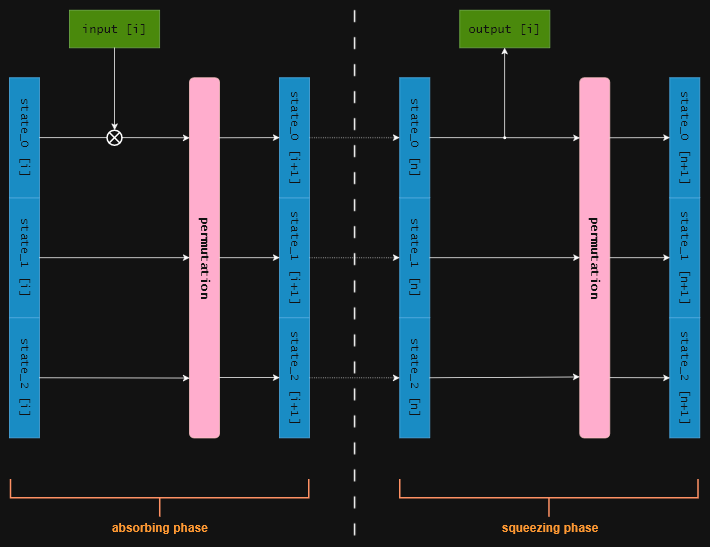
Above: .assets/images/function-update.png in lordmulder/sponge-hash-aes256 (draw.io), before the change. Source tidied: cells renumbered, new cells last; positions are measured from the earlier drawing's top-left corner, leaving out a move shared by most shapes.
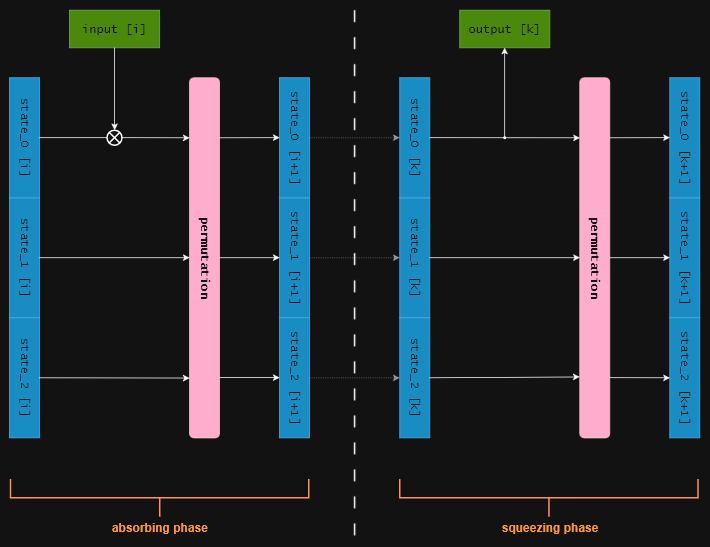
After the commit.

Diff of the diagram source:
```diff
@@ -56,22 +56,22 @@
         <mxPoint x="360" y="489.8" as="targetPoint" />
       </mxGeometry>
     </mxCell>
-    <mxCell id="19" value="state_1 [n]" style="rounded=0;whiteSpace=wrap;html=1;fillColor=#1ba1e2;fontColor=#ffffff;strokeColor=#006EAF;fontStyle=0;textDirection=vertical-lr;fontFamily=Lucida Console;fontSize=16;" parent="1" vertex="1">
+    <mxCell id="19" value="state_1 [k]" style="rounded=0;whiteSpace=wrap;html=1;fillColor=#1ba1e2;fontColor=#ffffff;strokeColor=#006EAF;fontStyle=0;textDirection=vertical-lr;fontFamily=Lucida Console;fontSize=16;" parent="1" vertex="1">
       <mxGeometry x="520" y="250" width="40" height="160" as="geometry" />
     </mxCell>
-    <mxCell id="20" value="state_2 [n]" style="rounded=0;whiteSpace=wrap;html=1;fillColor=#1ba1e2;fontColor=#ffffff;strokeColor=#006EAF;fontStyle=0;textDirection=vertical-lr;fontFamily=Lucida Console;fontSize=16;" parent="1" vertex="1">
+    <mxCell id="20" value="state_2 [k]" style="rounded=0;whiteSpace=wrap;html=1;fillColor=#1ba1e2;fontColor=#ffffff;strokeColor=#006EAF;fontStyle=0;textDirection=vertical-lr;fontFamily=Lucida Console;fontSize=16;" parent="1" vertex="1">
       <mxGeometry x="520" y="410" width="40" height="160" as="geometry" />
     </mxCell>
-    <mxCell id="21" value="state_0 [n]" style="rounded=0;whiteSpace=wrap;html=1;fillColor=#1ba1e2;fontColor=#ffffff;strokeColor=#006EAF;fontStyle=0;textDirection=vertical-lr;fontFamily=Lucida Console;fontSize=16;" parent="1" vertex="1">
+    <mxCell id="21" value="state_0 [k]" style="rounded=0;whiteSpace=wrap;html=1;fillColor=#1ba1e2;fontColor=#ffffff;strokeColor=#006EAF;fontStyle=0;textDirection=vertical-lr;fontFamily=Lucida Console;fontSize=16;" parent="1" vertex="1">
       <mxGeometry x="520" y="90" width="40" height="160" as="geometry" />
     </mxCell>
-    <mxCell id="22" style="endArrow=classic;html=1;rounded=0;entryX=0;entryY=0.5;entryDx=0;entryDy=0;exitX=1;exitY=0.5;exitDx=0;exitDy=0;dashed=1;dashPattern=1 2;fontSize=16;" parent="1" edge="1" source="12" target="21">
+    <mxCell id="22" style="endArrow=classic;html=1;rounded=0;entryX=0;entryY=0.5;entryDx=0;entryDy=0;exitX=1;exitY=0.5;exitDx=0;exitDy=0;dashed=1;dashPattern=1 2;fontSize=16;opacity=50;" parent="1" edge="1" source="12" target="21">
       <mxGeometry relative="1" as="geometry" />
     </mxCell>
-    <mxCell id="23" style="endArrow=classic;html=1;rounded=0;entryX=0;entryY=0.5;entryDx=0;entryDy=0;exitX=1;exitY=0.5;exitDx=0;exitDy=0;dashed=1;dashPattern=1 2;fontSize=16;" parent="1" edge="1" source="10" target="19">
+    <mxCell id="23" style="endArrow=classic;html=1;rounded=0;entryX=0;entryY=0.5;entryDx=0;entryDy=0;exitX=1;exitY=0.5;exitDx=0;exitDy=0;dashed=1;dashPattern=1 2;fontSize=16;opacity=50;" parent="1" edge="1" source="10" target="19">
       <mxGeometry relative="1" as="geometry" />
     </mxCell>
-    <mxCell id="24" style="endArrow=classic;html=1;rounded=0;entryX=0;entryY=0.5;entryDx=0;entryDy=0;exitX=1;exitY=0.5;exitDx=0;exitDy=0;dashed=1;dashPattern=1 2;fontSize=16;" parent="1" edge="1" source="11" target="20">
+    <mxCell id="24" style="endArrow=classic;html=1;rounded=0;entryX=0;entryY=0.5;entryDx=0;entryDy=0;exitX=1;exitY=0.5;exitDx=0;exitDy=0;dashed=1;dashPattern=1 2;fontSize=16;opacity=50;" parent="1" edge="1" source="11" target="20">
       <mxGeometry relative="1" as="geometry" />
     </mxCell>
     <mxCell id="25" style="endArrow=none;html=1;rounded=0;dashed=1;dashPattern=8 10;strokeWidth=2;fontSize=16;" parent="1" edge="1">
@@ -80,7 +80,7 @@
         <mxPoint x="460" y="700" as="targetPoint" />
       </mxGeometry>
     </mxCell>
-    <mxCell id="26" value="&lt;font face=&quot;Lucida Console&quot;&gt;output [i]&lt;/font&gt;" style="rounded=0;whiteSpace=wrap;html=1;fillColor=#60a917;fontColor=#ffffff;strokeColor=#2D7600;fontSize=16;" parent="1" vertex="1">
+    <mxCell id="26" value="&lt;font face=&quot;Lucida Console&quot;&gt;output [k]&lt;/font&gt;" style="rounded=0;whiteSpace=wrap;html=1;fillColor=#60a917;fontColor=#ffffff;strokeColor=#2D7600;fontSize=16;" parent="1" vertex="1">
       <mxGeometry x="600" width="120" height="50" as="geometry" />
     </mxCell>
     <mxCell id="27" value="permutation" style="rounded=1;whiteSpace=wrap;html=1;fillColor=#a20025;fontColor=#ffffff;strokeColor=#6F0000;textDirection=vertical-lr;fontFamily=Lucida Console;fontSize=16;fontStyle=1;" parent="1" vertex="1">
@@ -103,13 +103,13 @@
     <mxCell id="32" style="strokeWidth=2;html=1;shape=mxgraph.flowchart.start_2;whiteSpace=wrap;fontSize=16;" parent="1" vertex="1">
       <mxGeometry x="659" y="169" width="2" height="2" as="geometry" />
     </mxCell>
-    <mxCell id="33" value="state_1 [n+1]" style="rounded=0;whiteSpace=wrap;html=1;fillColor=#1ba1e2;fontColor=#ffffff;strokeColor=#006EAF;fontStyle=0;textDirection=vertical-lr;fontFamily=Lucida Console;fontSize=16;" parent="1" vertex="1">
+    <mxCell id="33" value="state_1 [k+1]" style="rounded=0;whiteSpace=wrap;html=1;fillColor=#1ba1e2;fontColor=#ffffff;strokeColor=#006EAF;fontStyle=0;textDirection=vertical-lr;fontFamily=Lucida Console;fontSize=16;" parent="1" vertex="1">
       <mxGeometry x="880" y="250" width="40" height="160" as="geometry" />
     </mxCell>
-    <mxCell id="34" value="state_2 [n+1]" style="rounded=0;whiteSpace=wrap;html=1;fillColor=#1ba1e2;fontColor=#ffffff;strokeColor=#006EAF;fontStyle=0;textDirection=vertical-lr;fontFamily=Lucida Console;fontSize=16;" parent="1" vertex="1">
+    <mxCell id="34" value="state_2 [k+1]" style="rounded=0;whiteSpace=wrap;html=1;fillColor=#1ba1e2;fontColor=#ffffff;strokeColor=#006EAF;fontStyle=0;textDirection=vertical-lr;fontFamily=Lucida Console;fontSize=16;" parent="1" vertex="1">
       <mxGeometry x="880" y="410" width="40" height="160" as="geometry" />
     </mxCell>
-    <mxCell id="35" value="state_0 [n+1]" style="rounded=0;whiteSpace=wrap;html=1;fillColor=#1ba1e2;fontColor=#ffffff;strokeColor=#006EAF;fontStyle=0;textDirection=vertical-lr;fontFamily=Lucida Console;fontSize=16;" parent="1" vertex="1">
+    <mxCell id="35" value="state_0 [k+1]" style="rounded=0;whiteSpace=wrap;html=1;fillColor=#1ba1e2;fontColor=#ffffff;strokeColor=#006EAF;fontStyle=0;textDirection=vertical-lr;fontFamily=Lucida Console;fontSize=16;" parent="1" vertex="1">
       <mxGeometry x="880" y="90" width="40" height="160" as="geometry" />
     </mxCell>
     <mxCell id="36" style="endArrow=classic;html=1;rounded=0;entryX=0;entryY=0.5;entryDx=0;entryDy=0;exitX=1;exitY=0.167;exitDx=0;exitDy=0;exitPerimeter=0;fontSize=16;" parent="1" edge="1" source="27" target="35">
```
